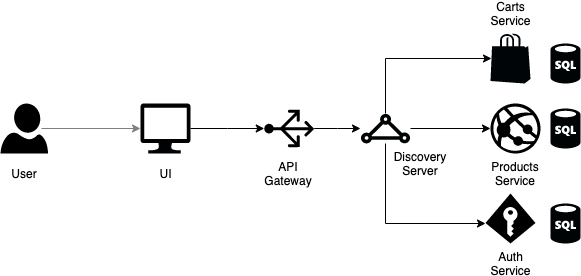
This is sync/architecture/architecture.png from pritamprasd/e-commerce, a draw.io export, as it was before one commit. Source tidied: cells renumbered, new cells last; positions are measured from the earlier drawing's top-left corner, leaving out a move shared by most shapes.
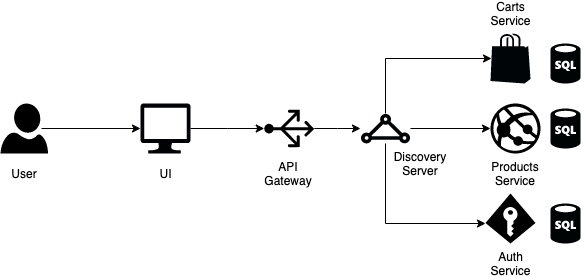
Later version of the same file.

What changed in the source:
```diff
@@ -51,7 +51,7 @@
     <mxCell id="14" style="verticalLabelPosition=bottom;html=1;verticalAlign=top;align=center;strokeColor=none;fillColor=#000203;shape=mxgraph.azure.computer;" parent="1" vertex="1">
       <mxGeometry x="140" y="100" width="50" height="50" as="geometry" />
     </mxCell>
-    <mxCell id="15" style="edgeStyle=orthogonalEdgeStyle;rounded=0;jettySize=auto;html=1;strokeColor=#808080;entryX=0;entryY=0.5;entryDx=0;entryDy=0;entryPerimeter=0;" parent="1" edge="1" target="14">
+    <mxCell id="15" style="edgeStyle=orthogonalEdgeStyle;rounded=0;jettySize=auto;html=1;strokeColor=#030303;entryX=0;entryY=0.5;entryDx=0;entryDy=0;entryPerimeter=0;" parent="1" edge="1" target="14">
       <mxGeometry relative="1" as="geometry">
         <mxPoint x="41" y="125" as="sourcePoint" />
         <Array as="points">
```
